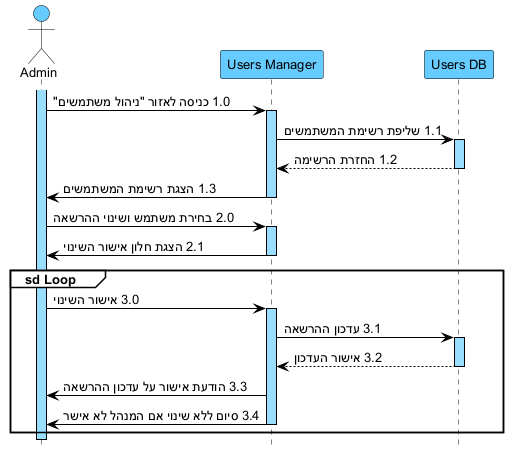
Before: docs/diagrams/png/10-seq-suc10-ניהול-משתמשים.png, a diagram exported from PlantUML (arielkaplan20/GOLDEN_HAIR_SALOAN).
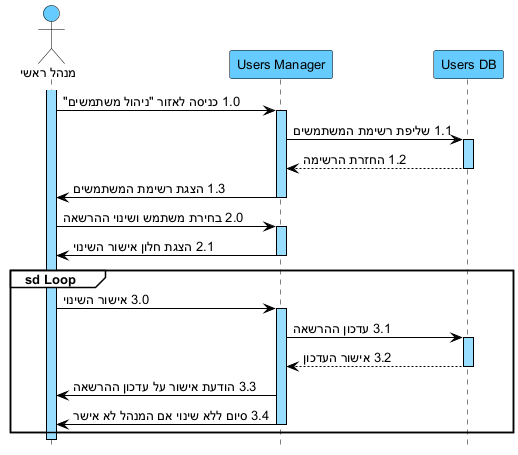
Later version of the same file.

Change to the diagram source:
```diff
@@ -19,7 +19,7 @@
 GroupHeaderFontColor black
 }
 
-actor "Admin" as A
+actor "מנהל ראשי" as A
 participant "Users Manager" as UM
 participant "Users DB" as DB
 
```
